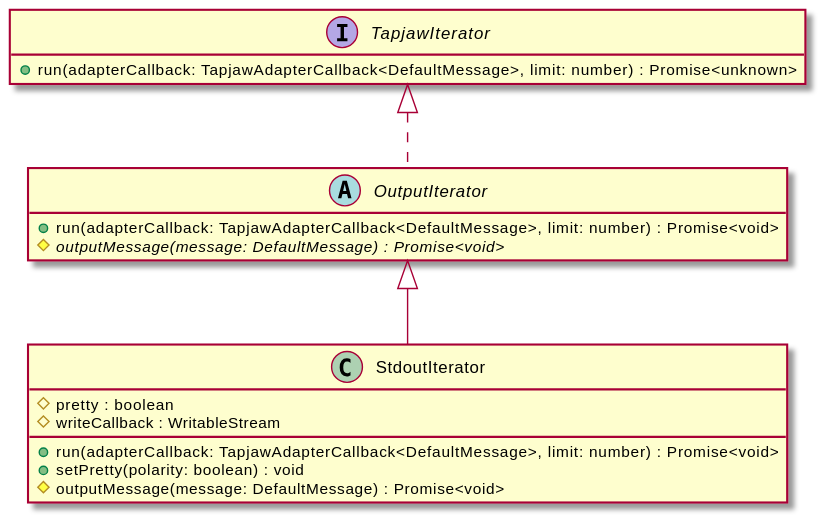
Above: api-docs/assets/OutputIterator-umlClassDiagram-307.svg in digidip/tapjaw-importer (PlantUML), before the change.
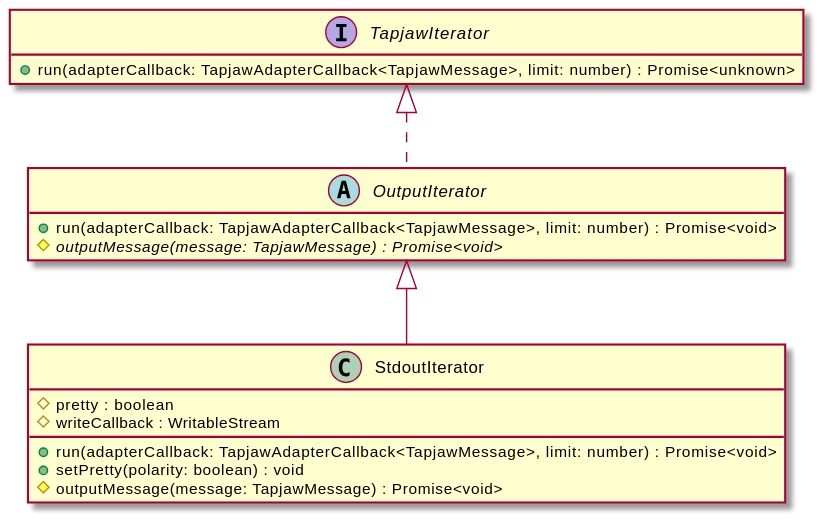
Later version of the same file.

Diff of the diagram source:
```diff
@@ -3,19 +3,19 @@
 hide empty methods
 hide empty fields
 abstract class "OutputIterator" {
-    +run(adapterCallback: TapjawAdapterCallback<DefaultMessage>, limit: number) : Promise<void>
-    {abstract} #outputMessage(message: DefaultMessage) : Promise<void>
+    +run(adapterCallback: TapjawAdapterCallback<TapjawMessage>, limit: number) : Promise<void>
+    {abstract} #outputMessage(message: TapjawMessage) : Promise<void>
 }
 interface "TapjawIterator" {
-    +run(adapterCallback: TapjawAdapterCallback<DefaultMessage>, limit: number) : Promise<unknown>
+    +run(adapterCallback: TapjawAdapterCallback<TapjawMessage>, limit: number) : Promise<unknown>
 }
 "TapjawIterator" <|.. "OutputIterator"
 class "StdoutIterator" {
     #pretty : boolean
     #writeCallback : WritableStream
-    +run(adapterCallback: TapjawAdapterCallback<DefaultMessage>, limit: number) : Promise<void>
+    +run(adapterCallback: TapjawAdapterCallback<TapjawMessage>, limit: number) : Promise<void>
     +setPretty(polarity: boolean) : void
-    #outputMessage(message: DefaultMessage) : Promise<void>
+    #outputMessage(message: TapjawMessage) : Promise<void>
 }
 "OutputIterator" <|-- "StdoutIterator"
 @enduml
```
